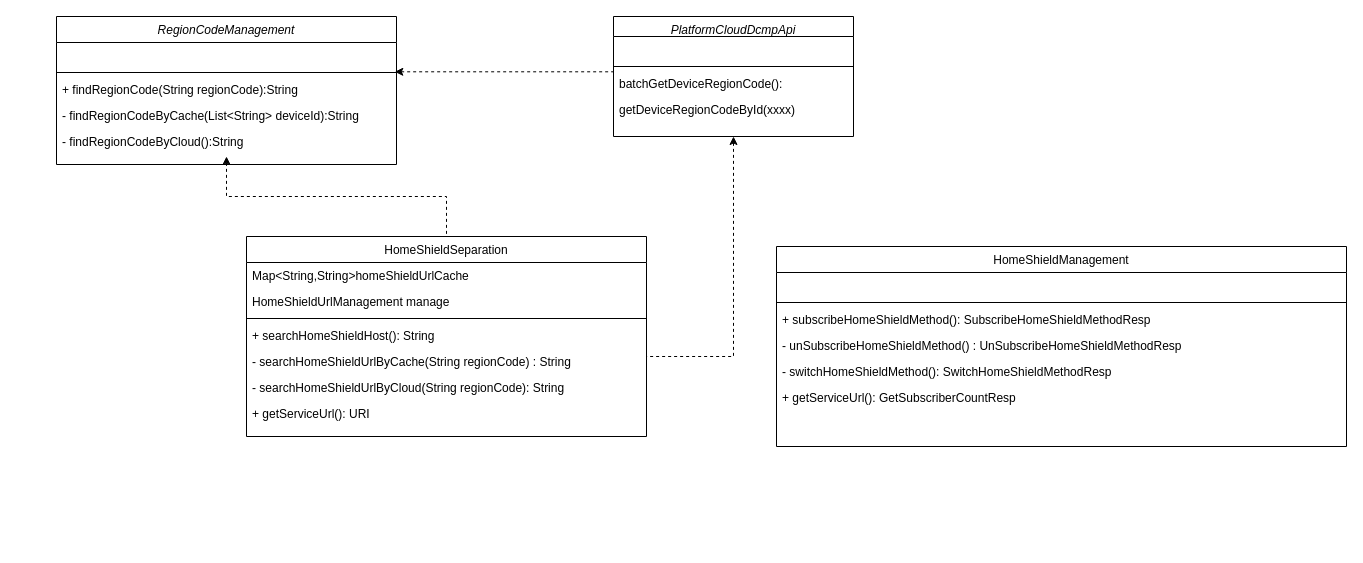
Dntls/Book keeps this draw.io diagram as Tauc概要设计.drawio. Above is the earlier version. Source tidied: cells renumbered, new cells numbered last; positions are measured from the earlier drawing's top-left corner, leaving out a move shared by most shapes. Both pictures are drawn from the tidied source at 100%, with x=0, y=0 at pixel (56, 16).
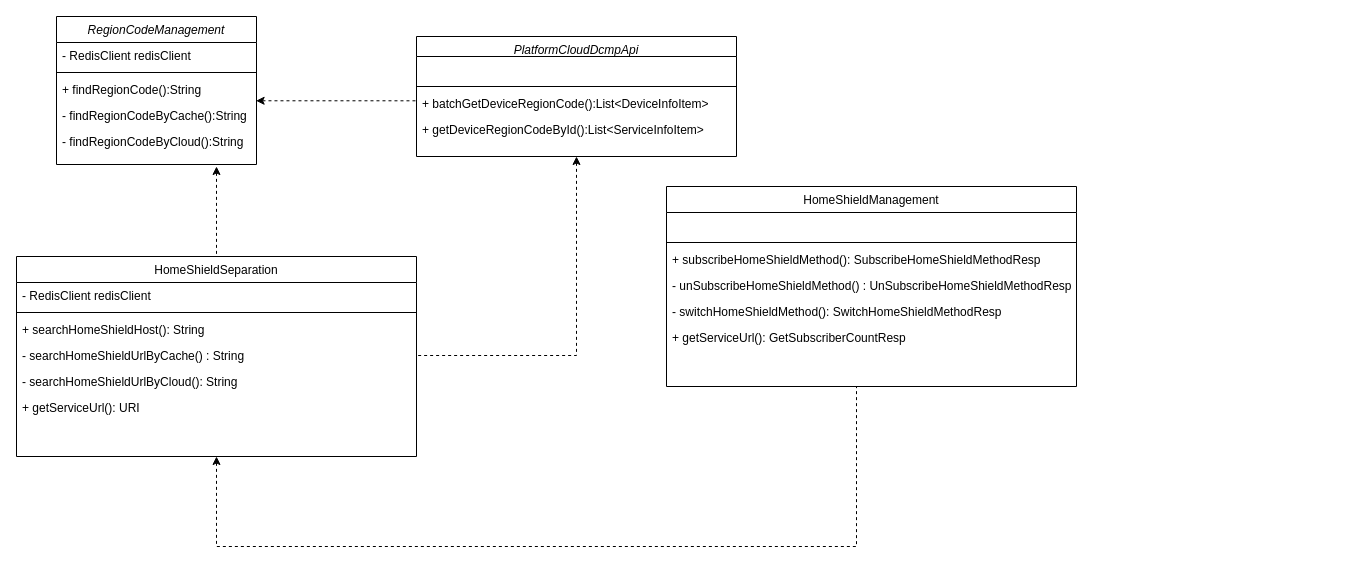
The same page after the edit.

What changed in the source:
```diff
@@
     <mxCell id="2" value="RegionCodeManagement" style="swimlane;fontStyle=2;align=center;verticalAlign=top;horizontal=1;startSize=26;rounded=0;shadow=0;strokeWidth=1;" parent="1" vertex="1">
-      <mxGeometry width="340" height="148" as="geometry" />
+      <mxGeometry width="200" height="148" as="geometry" />
     </mxCell>
-    <mxCell id="3" value=" " style="text;align=left;verticalAlign=top;spacingLeft=4;spacingRight=4;overflow=hidden;points=[[0,0.5],[1,0.5]];portConstraint=eastwest;" parent="2" vertex="1">
-      <mxGeometry y="26" width="340" height="26" as="geometry" />
+    <mxCell id="3" value="- RedisClient redisClient" style="text;align=left;verticalAlign=top;spacingLeft=4;spacingRight=4;overflow=hidden;points=[[0,0.5],[1,0.5]];portConstraint=eastwest;" parent="2" vertex="1">
+      <mxGeometry y="26" width="200" height="26" as="geometry" />
     </mxCell>
     <mxCell id="4" style="line;html=1;strokeWidth=1;align=left;verticalAlign=middle;spacingTop=-1;spacingLeft=3;spacingRight=3;labelPosition=right;" parent="2" vertex="1">
-      <mxGeometry y="52" width="340" height="8" as="geometry" />
+      <mxGeometry y="52" width="200" height="8" as="geometry" />
     </mxCell>
-    <mxCell id="5" value="+ findRegionCode(String regionCode):String" style="text;align=left;verticalAlign=top;spacingLeft=4;spacingRight=4;overflow=hidden;" parent="2" vertex="1">
-      <mxGeometry y="60" width="340" height="26" as="geometry" />
+    <mxCell id="5" value="+ findRegionCode():String" style="text;align=left;verticalAlign=top;spacingLeft=4;spacingRight=4;overflow=hidden;" parent="2" vertex="1">
+      <mxGeometry y="60" width="200" height="26" as="geometry" />
     </mxCell>
-    <mxCell id="6" value="- findRegionCodeByCache(List&lt;String&gt; deviceId):String" style="text;align=left;verticalAlign=top;spacingLeft=4;spacingRight=4;overflow=hidden;points=[[0,0.5],[1,0.5]];portConstraint=eastwest;" parent="2" vertex="1">
-      <mxGeometry y="86" width="340" height="26" as="geometry" />
+    <mxCell id="6" value="- findRegionCodeByCache():String" style="text;align=left;verticalAlign=top;spacingLeft=4;spacingRight=4;overflow=hidden;points=[[0,0.5],[1,0.5]];portConstraint=eastwest;" parent="2" vertex="1">
+      <mxGeometry y="86" width="200" height="26" as="geometry" />
     </mxCell>
     <mxCell id="7" value="- findRegionCodeByCloud():String" style="text;align=left;verticalAlign=top;spacingLeft=4;spacingRight=4;overflow=hidden;" parent="2" vertex="1">
-      <mxGeometry y="112" width="340" height="26" as="geometry" />
+      <mxGeometry y="112" width="200" height="26" as="geometry" />
     </mxCell>
     <mxCell id="8" value="HomeShieldSeparation" style="swimlane;fontStyle=0;align=center;verticalAlign=top;horizontal=1;startSize=26;rounded=0;shadow=0;strokeWidth=1;" parent="1" vertex="1">
-      <mxGeometry x="190" y="220" width="400" height="200" as="geometry" />
+      <mxGeometry x="-40" y="240" width="400" height="200" as="geometry" />
     </mxCell>
-    <mxCell id="9" value="Map&lt;String,String&gt;homeShieldUrlCache" style="text;align=left;verticalAlign=top;spacingLeft=4;spacingRight=4;overflow=hidden;rounded=0;shadow=0;html=0;" parent="8" vertex="1">
+    <mxCell id="9" value="- RedisClient redisClient" style="text;align=left;verticalAlign=top;spacingLeft=4;spacingRight=4;overflow=hidden;rounded=0;shadow=0;html=0;" parent="8" vertex="1">
       <mxGeometry y="26" width="400" height="26" as="geometry" />
     </mxCell>
-    <mxCell id="10" value="HomeShieldUrlManagement manage" style="text;align=left;verticalAlign=top;spacingLeft=4;spacingRight=4;overflow=hidden;rounded=0;shadow=0;html=0;" parent="8" vertex="1">
-      <mxGeometry y="52" width="400" height="26" as="geometry" />
-    </mxCell>
     <mxCell id="11" style="line;html=1;strokeWidth=1;align=left;verticalAlign=middle;spacingTop=-1;spacingLeft=3;spacingRight=3;labelPosition=right;" parent="8" vertex="1">
-      <mxGeometry y="78" width="400" height="8" as="geometry" />
+      <mxGeometry y="52" width="400" height="8" as="geometry" />
     </mxCell>
     <mxCell id="12" value="+ searchHomeShieldHost(): String" style="text;align=left;verticalAlign=top;spacingLeft=4;spacingRight=4;overflow=hidden;" parent="8" vertex="1">
-      <mxGeometry y="86" width="400" height="26" as="geometry" />
+      <mxGeometry y="60" width="400" height="26" as="geometry" />
     </mxCell>
-    <mxCell id="13" value="- searchHomeShieldUrlByCache(String regionCode) : String" style="text;align=left;verticalAlign=top;spacingLeft=4;spacingRight=4;overflow=hidden;points=[[0,0.5],[1,0.5]];portConstraint=eastwest;" parent="8" vertex="1">
-      <mxGeometry y="112" width="400" height="26" as="geometry" />
+    <mxCell id="13" value="- searchHomeShieldUrlByCache() : String" style="text;align=left;verticalAlign=top;spacingLeft=4;spacingRight=4;overflow=hidden;points=[[0,0.5],[1,0.5]];portConstraint=eastwest;" parent="8" vertex="1">
+      <mxGeometry y="86" width="400" height="26" as="geometry" />
     </mxCell>
-    <mxCell id="14" value="- searchHomeShieldUrlByCloud(String regionCode): String" style="text;align=left;verticalAlign=top;spacingLeft=4;spacingRight=4;overflow=hidden;" parent="8" vertex="1">
-      <mxGeometry y="138" width="400" height="26" as="geometry" />
+    <mxCell id="14" value="- searchHomeShieldUrlByCloud(): String" style="text;align=left;verticalAlign=top;spacingLeft=4;spacingRight=4;overflow=hidden;" parent="8" vertex="1">
+      <mxGeometry y="112" width="400" height="26" as="geometry" />
     </mxCell>
     <mxCell id="15" value="+ getServiceUrl(): URI" style="text;align=left;verticalAlign=top;spacingLeft=4;spacingRight=4;overflow=hidden;" parent="8" vertex="1">
-      <mxGeometry y="164" width="400" height="26" as="geometry" />
+      <mxGeometry y="138" width="400" height="26" as="geometry" />
     </mxCell>
     <mxCell id="16" style="endArrow=none;shadow=0;strokeWidth=1;rounded=0;endFill=0;edgeStyle=elbowEdgeStyle;elbow=vertical;startArrow=classic;startFill=1;entryX=0.5;entryY=0;entryDx=0;entryDy=0;dashed=1;" parent="1" edge="1" target="8">
       <mxGeometry x="0.5" y="41" relative="1" as="geometry">
-        <mxPoint x="170" y="140" as="sourcePoint" />
+        <mxPoint x="160" y="150" as="sourcePoint" />
         <Array as="points">
           <mxPoint x="860" y="180" />
         </Array>
         <mxPoint x="-40" y="32" as="offset" />
       </mxGeometry>
     </mxCell>
     <mxCell id="17" value="PlatformCloudDcmpApi" style="swimlane;fontStyle=2;align=center;verticalAlign=top;horizontal=1;startSize=20;rounded=0;shadow=0;strokeWidth=1;" parent="1" vertex="1">
-      <mxGeometry x="557" width="240" height="120" as="geometry" />
+      <mxGeometry x="360" y="20" width="320" height="120" as="geometry" />
     </mxCell>
     <mxCell id="18" value=" " style="text;align=left;verticalAlign=top;spacingLeft=4;spacingRight=4;overflow=hidden;" parent="17" vertex="1">
-      <mxGeometry y="20" width="240" height="26" as="geometry" />
+      <mxGeometry y="20" width="320" height="26" as="geometry" />
     </mxCell>
     <mxCell id="19" style="line;html=1;strokeWidth=1;align=left;verticalAlign=middle;spacingTop=-1;spacingLeft=3;spacingRight=3;labelPosition=right;points=[];portConstraint=eastwest;" parent="17" vertex="1">
-      <mxGeometry y="46" width="240" height="8" as="geometry" />
+      <mxGeometry y="46" width="320" height="8" as="geometry" />
     </mxCell>
-    <mxCell id="20" value="batchGetDeviceRegionCode(): " style="text;align=left;verticalAlign=top;spacingLeft=4;spacingRight=4;overflow=hidden;points=[[0,0.5],[1,0.5]];portConstraint=eastwest;" parent="17" vertex="1">
-      <mxGeometry y="54" width="240" height="26" as="geometry" />
+    <mxCell id="20" value="+ batchGetDeviceRegionCode():List&lt;DeviceInfoItem&gt; " style="text;align=left;verticalAlign=top;spacingLeft=4;spacingRight=4;overflow=hidden;points=[[0,0.5],[1,0.5]];portConstraint=eastwest;" parent="17" vertex="1">
+      <mxGeometry y="54" width="320" height="26" as="geometry" />
     </mxCell>
-    <mxCell id="21" value="getDeviceRegionCodeById(xxxx)" style="text;align=left;verticalAlign=top;spacingLeft=4;spacingRight=4;overflow=hidden;" parent="17" vertex="1">
-      <mxGeometry y="80" width="240" height="26" as="geometry" />
+    <mxCell id="21" value="+ getDeviceRegionCodeById():List&lt;ServiceInfoItem&gt;" style="text;align=left;verticalAlign=top;spacingLeft=4;spacingRight=4;overflow=hidden;" parent="17" vertex="1">
+      <mxGeometry y="80" width="320" height="26" as="geometry" />
     </mxCell>
     <mxCell id="22" style="endArrow=none;shadow=0;strokeWidth=1;rounded=0;endFill=0;edgeStyle=orthogonalEdgeStyle;elbow=vertical;startArrow=classic;startFill=1;dashed=1;entryX=1;entryY=0.5;entryDx=0;entryDy=0;exitX=0.5;exitY=1;exitDx=0;exitDy=0;" parent="1" edge="1" source="17" target="13">
       <mxGeometry relative="1" as="geometry">
         <Array as="points">
-          <mxPoint x="677" y="340" />
-          <mxPoint x="590" y="340" />
+          <mxPoint x="520" y="339" />
         </Array>
       </mxGeometry>
     </mxCell>
-    <mxCell id="23" style="endArrow=none;shadow=0;strokeWidth=1;rounded=0;endFill=0;edgeStyle=orthogonalEdgeStyle;elbow=vertical;startArrow=classic;startFill=1;dashed=1;entryX=0;entryY=0.5;entryDx=0;entryDy=0;entryPerimeter=0;exitX=0.995;exitY=1.127;exitDx=0;exitDy=0;exitPerimeter=0;" parent="1" edge="1" source="3" target="19">
+    <mxCell id="23" style="endArrow=none;shadow=0;strokeWidth=1;rounded=0;endFill=0;edgeStyle=orthogonalEdgeStyle;elbow=vertical;startArrow=classic;startFill=1;dashed=1;exitX=0.998;exitY=-0.066;exitDx=0;exitDy=0;exitPerimeter=0;entryX=0;entryY=0.5;entryDx=0;entryDy=0;" parent="1" edge="1" source="6" target="20">
       <mxGeometry relative="1" as="geometry">
         <Array as="points">
-          <mxPoint x="557" y="55" />
+          <mxPoint x="360" y="84" />
         </Array>
       </mxGeometry>
     </mxCell>
     <mxCell id="24" value="HomeShieldManagement" style="swimlane;fontStyle=0;align=center;verticalAlign=top;horizontal=1;startSize=26;rounded=0;shadow=0;strokeWidth=1;" parent="1" vertex="1">
-      <mxGeometry x="720" y="230" width="570" height="200" as="geometry" />
+      <mxGeometry x="610" y="170" width="410" height="200" as="geometry" />
     </mxCell>
     <mxCell id="25" value=" " style="text;align=left;verticalAlign=top;spacingLeft=4;spacingRight=4;overflow=hidden;rounded=0;shadow=0;html=0;" parent="24" vertex="1">
-      <mxGeometry y="26" width="570" height="26" as="geometry" />
+      <mxGeometry y="26" width="410" height="26" as="geometry" />
     </mxCell>
     <mxCell id="26" style="line;html=1;strokeWidth=1;align=left;verticalAlign=middle;spacingTop=-1;spacingLeft=3;spacingRight=3;labelPosition=right;" parent="24" vertex="1">
-      <mxGeometry y="52" width="570" height="8" as="geometry" />
+      <mxGeometry y="52" width="410" height="8" as="geometry" />
     </mxCell>
     <mxCell id="27" value="+ subscribeHomeShieldMethod(): SubscribeHomeShieldMethodResp" style="text;align=left;verticalAlign=top;spacingLeft=4;spacingRight=4;overflow=hidden;" parent="24" vertex="1">
-      <mxGeometry y="60" width="570" height="26" as="geometry" />
+      <mxGeometry y="60" width="410" height="26" as="geometry" />
     </mxCell>
     <mxCell id="28" value="- unSubscribeHomeShieldMethod() : UnSubscribeHomeShieldMethodResp" style="text;align=left;verticalAlign=top;spacingLeft=4;spacingRight=4;overflow=hidden;" parent="24" vertex="1">
-      <mxGeometry y="86" width="570" height="26" as="geometry" />
+      <mxGeometry y="86" width="410" height="26" as="geometry" />
     </mxCell>
     <mxCell id="29" value="- switchHomeShieldMethod(): SwitchHomeShieldMethodResp" style="text;align=left;verticalAlign=top;spacingLeft=4;spacingRight=4;overflow=hidden;" parent="24" vertex="1">
-      <mxGeometry y="112" width="570" height="26" as="geometry" />
+      <mxGeometry y="112" width="410" height="26" as="geometry" />
     </mxCell>
     <mxCell id="30" value="+ getServiceUrl(): GetSubscriberCountResp" style="text;align=left;verticalAlign=top;spacingLeft=4;spacingRight=4;overflow=hidden;" parent="24" vertex="1">
-      <mxGeometry y="138" width="570" height="26" as="geometry" />
+      <mxGeometry y="138" width="410" height="26" as="geometry" />
     </mxCell>
+    <mxCell id="31" style="endArrow=none;shadow=0;strokeWidth=1;rounded=0;endFill=0;edgeStyle=orthogonalEdgeStyle;elbow=vertical;startArrow=classic;startFill=1;dashed=1;exitX=0.5;exitY=1;exitDx=0;exitDy=0;" parent="1" edge="1" source="8">
+      <mxGeometry relative="1" as="geometry">
+        <mxPoint x="800" y="370" as="targetPoint" />
+        <Array as="points">
+          <mxPoint x="160" y="530" />
+          <mxPoint x="800" y="530" />
+        </Array>
+      </mxGeometry>
+    </mxCell>
```
